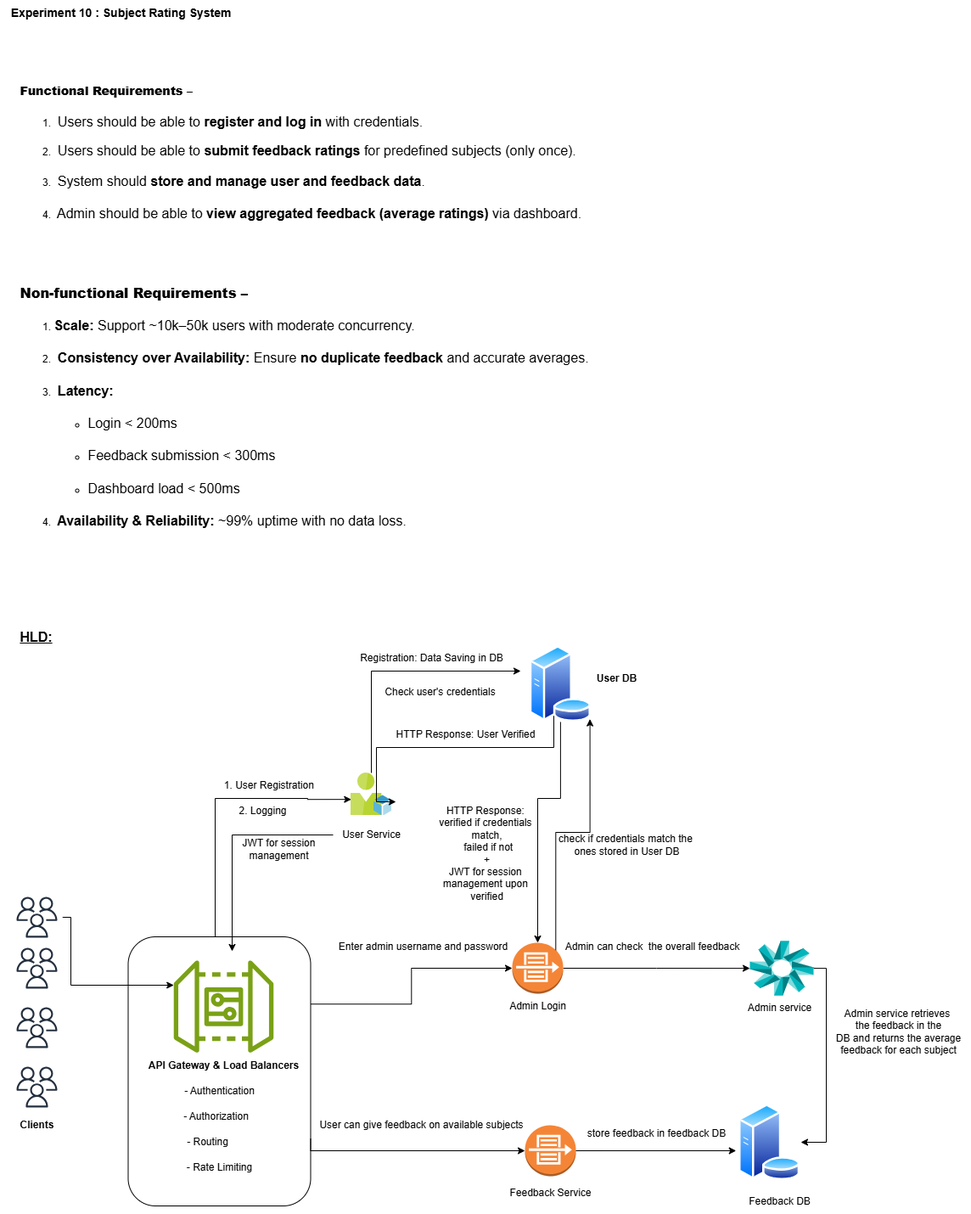
Above: SD_project_Experiment_10/SD_HLD.drawio.png in ttrion/23BCS13761_TANAY_KRG_2B_SD (draw.io), before the change. Source tidied: cells renumbered, new cells last; positions are measured from the earlier drawing's top-left corner, leaving out a move shared by most shapes.
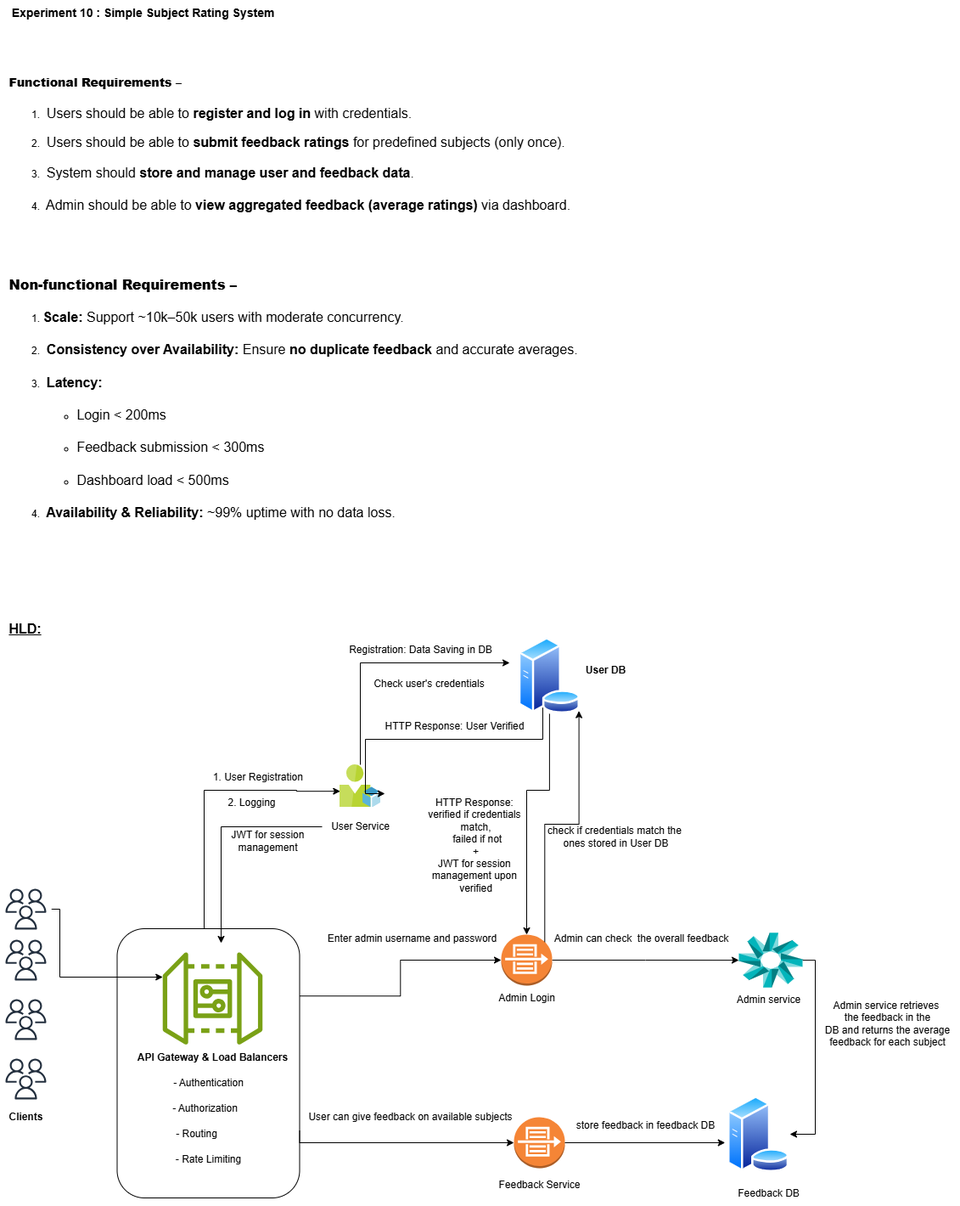
The same diagram one commit later.

Change to the diagram source:
```diff
@@ -192,8 +192,8 @@
     <mxCell id="51" value="&lt;br&gt;&lt;h1 style=&quot;text-align: left;&quot;&gt;&lt;span role=&quot;text&quot;&gt;&lt;strong&gt;&lt;font style=&quot;font-size: 14px;&quot;&gt;Functional Requirements –&lt;/font&gt;&lt;/strong&gt;&lt;/span&gt;&lt;/h1&gt;&lt;ol&gt;&lt;li&gt;&lt;div style=&quot;text-align: left;&quot;&gt;&lt;span style=&quot;font-size: medium; background-color: transparent; color: light-dark(rgb(0, 0, 0), rgb(255, 255, 255));&quot;&gt;&amp;nbsp;Users should be able to &lt;/span&gt;&lt;strong style=&quot;font-size: medium; background-color: transparent; color: light-dark(rgb(0, 0, 0), rgb(255, 255, 255));&quot;&gt;register and log in&lt;/strong&gt;&lt;span style=&quot;font-size: medium; background-color: transparent; color: light-dark(rgb(0, 0, 0), rgb(255, 255, 255));&quot;&gt; with credentials.&lt;/span&gt;&lt;/div&gt;&lt;/li&gt;&lt;div style=&quot;text-align: left;&quot;&gt;&lt;br&gt;&lt;/div&gt;&lt;li&gt;&lt;div style=&quot;text-align: left;&quot;&gt;&lt;span style=&quot;font-size: medium; background-color: transparent; color: light-dark(rgb(0, 0, 0), rgb(255, 255, 255));&quot;&gt;&amp;nbsp;Users should be able to &lt;/span&gt;&lt;strong style=&quot;font-size: medium; background-color: transparent; color: light-dark(rgb(0, 0, 0), rgb(255, 255, 255));&quot;&gt;submit feedback ratings&lt;/strong&gt;&lt;span style=&quot;font-size: medium; background-color: transparent; color: light-dark(rgb(0, 0, 0), rgb(255, 255, 255));&quot;&gt; for predefined subjects (only once).&lt;/span&gt;&lt;/div&gt;&lt;/li&gt;&lt;div style=&quot;text-align: left;&quot;&gt;&lt;font style=&quot;font-size: 14px;&quot;&gt;&lt;br&gt;&lt;/font&gt;&lt;/div&gt;&lt;li&gt;&lt;div style=&quot;text-align: left;&quot;&gt;&lt;span style=&quot;font-size: medium; background-color: transparent; color: light-dark(rgb(0, 0, 0), rgb(255, 255, 255));&quot;&gt;&amp;nbsp;System should &lt;/span&gt;&lt;strong style=&quot;font-size: medium; background-color: transparent; color: light-dark(rgb(0, 0, 0), rgb(255, 255, 255));&quot;&gt;store and manage user and feedback data&lt;/strong&gt;&lt;span style=&quot;font-size: medium; background-color: transparent; color: light-dark(rgb(0, 0, 0), rgb(255, 255, 255));&quot;&gt;.&lt;/span&gt;&lt;/div&gt;&lt;/li&gt;&lt;div style=&quot;text-align: left;&quot;&gt;&lt;font size=&quot;3&quot;&gt;&lt;br&gt;&lt;/font&gt;&lt;/div&gt;&lt;li&gt;&lt;div style=&quot;text-align: left;&quot;&gt;&lt;span style=&quot;font-size: medium; background-color: transparent; color: light-dark(rgb(0, 0, 0), rgb(255, 255, 255));&quot;&gt;&amp;nbsp;Admin should be able to &lt;/span&gt;&lt;strong style=&quot;font-size: medium; background-color: transparent; color: light-dark(rgb(0, 0, 0), rgb(255, 255, 255));&quot;&gt;view aggregated feedback (average ratings)&lt;/strong&gt;&lt;span style=&quot;font-size: medium; background-color: transparent; color: light-dark(rgb(0, 0, 0), rgb(255, 255, 255));&quot;&gt; via dashboard.&lt;/span&gt;&lt;/div&gt;&lt;/li&gt;&lt;div style=&quot;text-align: left;&quot;&gt;&lt;font size=&quot;3&quot;&gt;&lt;br&gt;&lt;/font&gt;&lt;/div&gt;&lt;/ol&gt;&lt;div style=&quot;text-align: left;&quot;&gt;&lt;font size=&quot;3&quot;&gt;&lt;br&gt;&lt;/font&gt;&lt;/div&gt;&lt;h1 style=&quot;text-align: left;&quot;&gt;&lt;span role=&quot;text&quot;&gt;&lt;strong&gt;&lt;font size=&quot;3&quot;&gt;Non-functional Requirements –&lt;/font&gt;&lt;/strong&gt;&lt;/span&gt;&lt;/h1&gt;&lt;ol&gt;&lt;li&gt;&lt;div style=&quot;text-align: left;&quot;&gt;&lt;strong style=&quot;font-size: medium; background-color: transparent; color: light-dark(rgb(0, 0, 0), rgb(255, 255, 255));&quot;&gt;Scale:&lt;/strong&gt;&lt;span style=&quot;font-size: medium; background-color: transparent; color: light-dark(rgb(0, 0, 0), rgb(255, 255, 255));&quot;&gt; Support ~10k–50k users with moderate concurrency.&lt;/span&gt;&lt;/div&gt;&lt;/li&gt;&lt;div style=&quot;text-align: left;&quot;&gt;&lt;font size=&quot;3&quot;&gt;&lt;br&gt;&lt;/font&gt;&lt;/div&gt;&lt;li&gt;&lt;div style=&quot;text-align: left;&quot;&gt;&lt;strong style=&quot;font-size: medium; background-color: transparent; color: light-dark(rgb(0, 0, 0), rgb(255, 255, 255));&quot;&gt;&amp;nbsp;Consistency over Availability:&lt;/strong&gt;&lt;span style=&quot;font-size: medium; background-color: transparent; color: light-dark(rgb(0, 0, 0), rgb(255, 255, 255));&quot;&gt; Ensure &lt;/span&gt;&lt;strong style=&quot;font-size: medium; background-color: transparent; color: light-dark(rgb(0, 0, 0), rgb(255, 255, 255));&quot;&gt;no duplicate feedback&lt;/strong&gt;&lt;span style=&quot;font-size: medium; background-color: transparent; color: light-dark(rgb(0, 0, 0), rgb(255, 255, 255));&quot;&gt; and accurate averages.&lt;/span&gt;&lt;/div&gt;&lt;/li&gt;&lt;div style=&quot;text-align: left;&quot;&gt;&lt;font size=&quot;3&quot;&gt;&lt;br&gt;&lt;/font&gt;&lt;/div&gt;&lt;li&gt;&lt;div style=&quot;text-align: left;&quot;&gt;&lt;strong style=&quot;background-color: transparent; color: light-dark(rgb(0, 0, 0), rgb(255, 255, 255));&quot;&gt;&lt;font size=&quot;3&quot;&gt;&amp;nbsp;Latency:&lt;/font&gt;&lt;/strong&gt;&lt;/div&gt;&lt;ul&gt;&lt;div style=&quot;text-align: left;&quot;&gt;&lt;font size=&quot;3&quot;&gt;&lt;br&gt;&lt;/font&gt;&lt;/div&gt;&lt;li&gt;&lt;div style=&quot;text-align: left;&quot;&gt;&lt;span style=&quot;font-size: medium; background-color: transparent; color: light-dark(rgb(0, 0, 0), rgb(255, 255, 255));&quot;&gt;Login &amp;lt; 200ms&lt;/span&gt;&lt;/div&gt;&lt;/li&gt;&lt;div style=&quot;text-align: left;&quot;&gt;&lt;font size=&quot;3&quot;&gt;&lt;br&gt;&lt;/font&gt;&lt;/div&gt;&lt;li&gt;&lt;div style=&quot;text-align: left;&quot;&gt;&lt;span style=&quot;font-size: medium; background-color: transparent; color: light-dark(rgb(0, 0, 0), rgb(255, 255, 255));&quot;&gt;Feedback submission &amp;lt; 300ms&lt;/span&gt;&lt;/div&gt;&lt;/li&gt;&lt;div style=&quot;text-align: left;&quot;&gt;&lt;font size=&quot;3&quot;&gt;&lt;br&gt;&lt;/font&gt;&lt;/div&gt;&lt;li&gt;&lt;div style=&quot;text-align: left;&quot;&gt;&lt;span style=&quot;font-size: medium; background-color: transparent; color: light-dark(rgb(0, 0, 0), rgb(255, 255, 255));&quot;&gt;Dashboard load &amp;lt; 500ms&lt;/span&gt;&lt;/div&gt;&lt;/li&gt;&lt;/ul&gt;&lt;/li&gt;&lt;div style=&quot;text-align: left;&quot;&gt;&lt;font size=&quot;3&quot;&gt;&lt;br&gt;&lt;/font&gt;&lt;/div&gt;&lt;li&gt;&lt;div style=&quot;text-align: left;&quot;&gt;&lt;strong style=&quot;font-size: medium; background-color: transparent; color: light-dark(rgb(0, 0, 0), rgb(255, 255, 255));&quot;&gt;&amp;nbsp;Availability &amp;amp; Reliability:&lt;/strong&gt;&lt;span style=&quot;font-size: medium; background-color: transparent; color: light-dark(rgb(0, 0, 0), rgb(255, 255, 255));&quot;&gt; ~99% uptime with no data loss.&lt;/span&gt;&lt;/div&gt;&lt;/li&gt;&lt;div style=&quot;text-align: left;&quot;&gt;&lt;font size=&quot;3&quot;&gt;&lt;br&gt;&lt;/font&gt;&lt;/div&gt;&lt;/ol&gt;&lt;div style=&quot;text-align: left;&quot;&gt;&lt;br&gt;&lt;/div&gt;&lt;div style=&quot;text-align: left;&quot;&gt;&lt;br&gt;&lt;/div&gt;&lt;div style=&quot;text-align: left;&quot;&gt;&lt;br&gt;&lt;/div&gt;&lt;div style=&quot;text-align: left;&quot;&gt;&lt;br&gt;&lt;/div&gt;&lt;div style=&quot;text-align: left;&quot;&gt;&lt;br&gt;&lt;/div&gt;&lt;div style=&quot;text-align: left;&quot;&gt;&lt;br&gt;&lt;/div&gt;&lt;div style=&quot;text-align: left;&quot;&gt;&lt;font size=&quot;3&quot;&gt;&lt;b&gt;&lt;u&gt;HLD:&lt;/u&gt;&lt;/b&gt;&lt;/font&gt;&lt;/div&gt;&lt;ol&gt;&lt;div style=&quot;text-align: left;&quot;&gt;&lt;br&gt;&lt;/div&gt;&lt;/ol&gt;&lt;div&gt;&lt;br&gt;&lt;/div&gt;" style="text;html=1;align=center;verticalAlign=middle;strokeColor=none;fillColor=none;" parent="1" vertex="1">
       <mxGeometry x="14" y="50" width="690" height="770" as="geometry" />
     </mxCell>
-    <mxCell id="52" value="&lt;font face=&quot;Helvetica&quot; style=&quot;font-size: 14px;&quot;&gt;&lt;b style=&quot;&quot;&gt;Experiment 10 : Subject Rating System&amp;nbsp;&lt;/b&gt;&lt;/font&gt;" style="text;html=1;align=center;verticalAlign=middle;strokeColor=none;fillColor=none;" parent="1" vertex="1">
-      <mxGeometry x="0.2" width="290" height="30" as="geometry" />
+    <mxCell id="52" value="&lt;font face=&quot;Helvetica&quot; style=&quot;font-size: 14px;&quot;&gt;&lt;b style=&quot;&quot;&gt;Experiment 10 : Simple Subject Rating System&amp;nbsp;&lt;/b&gt;&lt;/font&gt;" style="text;html=1;align=center;verticalAlign=middle;strokeColor=none;fillColor=none;" parent="1" vertex="1">
+      <mxGeometry x="14" y="10" width="340" height="30" as="geometry" />
     </mxCell>
   </root>
 </mxGraphModel>
```
